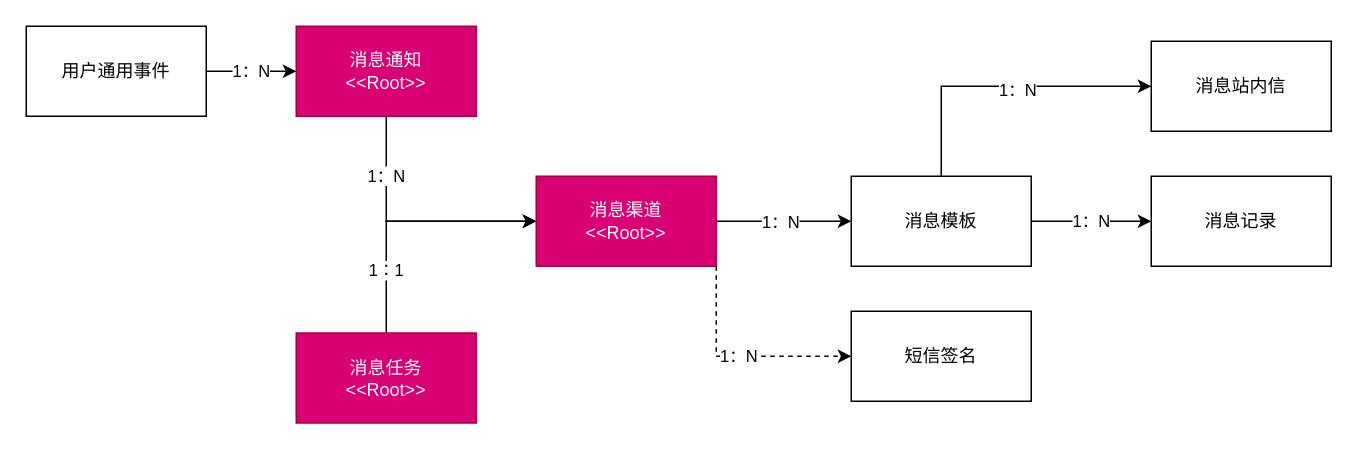
juxiemushu/Personalword keeps this draw.io diagram as Untitled Diagram.drawio. Above is the earlier version. Source tidied: cells renumbered, new cells numbered last; positions are measured from the earlier drawing's top-left corner, leaving out a move shared by most shapes. Both pictures are drawn from the tidied source at 150%, with x=0, y=0 at pixel (26, 26).
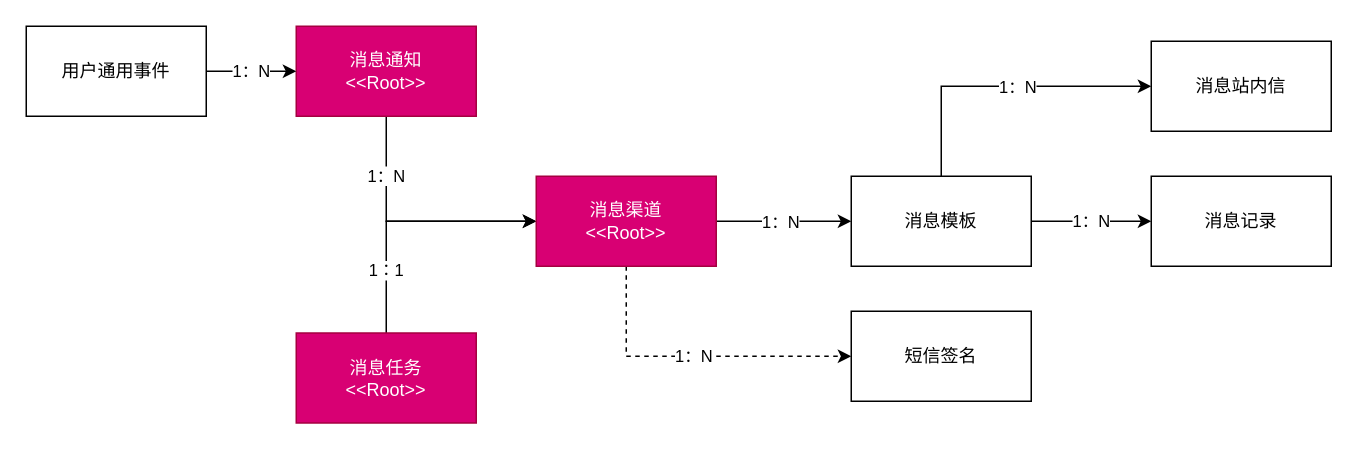
After the change.

Commit message:
touch model

Unchanged cells that the change refers to:
```xml
<mxCell id="10" value="消息渠道&lt;br&gt;&amp;lt;&amp;lt;Root&amp;gt;&amp;gt;" style="rounded=0;whiteSpace=wrap;html=1;fillColor=#d80073;strokeColor=#A50040;fontColor=#ffffff;" parent="1" vertex="1">
  <mxGeometry x="340" y="100" width="120" height="60" as="geometry" />
</mxCell>
<mxCell id="12" style="edgeStyle=orthogonalEdgeStyle;rounded=0;jettySize=auto;html=1;exitX=0.5;exitY=0;exitDx=0;exitDy=0;entryX=0;entryY=0.5;entryDx=0;entryDy=0;endArrow=classic;endFill=1;" parent="1" edge="1" source="14" target="17">
  <mxGeometry relative="1" as="geometry" />
</mxCell>
<mxCell id="16" value="短信签名" style="rounded=0;whiteSpace=wrap;html=1;" parent="1" vertex="1">
  <mxGeometry x="550" y="190" width="120" height="60" as="geometry" />
</mxCell>
```

Diff of the diagram source:
```diff
@@
-    <mxCell id="8" style="edgeStyle=orthogonalEdgeStyle;rounded=0;jettySize=auto;html=1;exitX=1;exitY=1;exitDx=0;exitDy=0;entryX=0;entryY=0.5;entryDx=0;entryDy=0;dashed=1;" parent="1" edge="1" source="10" target="16">
+    <mxCell id="8" style="edgeStyle=orthogonalEdgeStyle;rounded=0;jettySize=auto;html=1;exitX=0.5;exitY=1;exitDx=0;exitDy=0;entryX=0;entryY=0.5;entryDx=0;entryDy=0;dashed=1;" parent="1" edge="1" source="10" target="16">
       <mxGeometry relative="1" as="geometry" />
     </mxCell>
@@
     <mxCell id="13" value="1：N" style="edgeLabel;html=1;align=center;verticalAlign=middle;" parent="12" vertex="1">
-      <mxGeometry x="0.1" y="-2" relative="1" as="geometry" />
+      <mxGeometry x="0.1" y="-2" relative="1" as="geometry">
+        <mxPoint y="-2" as="offset" />
+      </mxGeometry>
     </mxCell>
```
